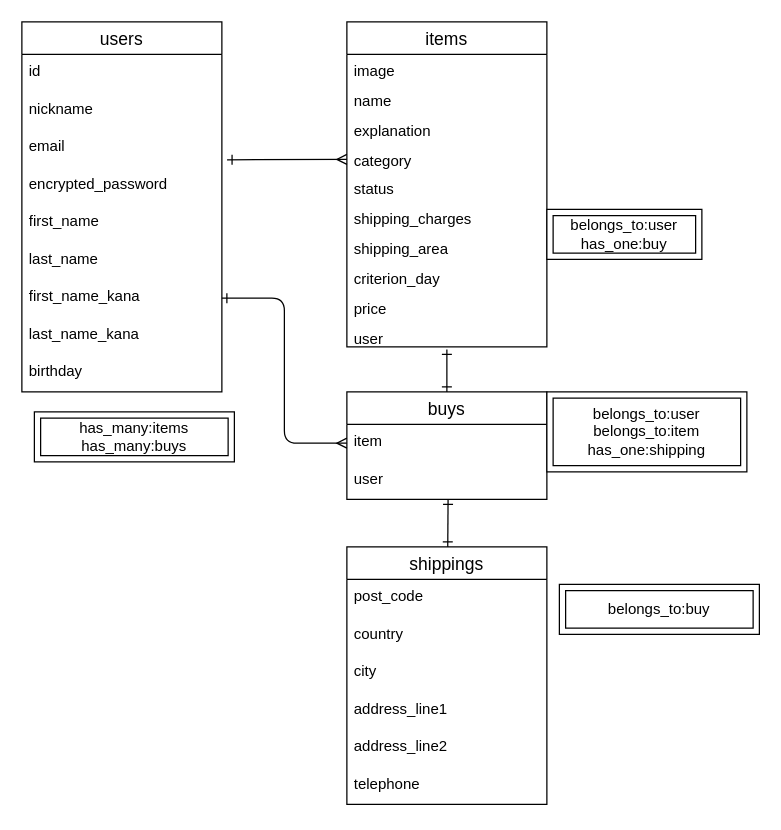
Above: config/ER.dio in katsuki0330/furima-36330 (draw.io), before the change. Source tidied: cells renumbered, new cells numbered last; positions are measured from the earlier drawing's top-left corner, leaving out a move shared by most shapes. Both pictures are drawn from the tidied source at 125%, with x=0, y=0 at pixel (21, 21).
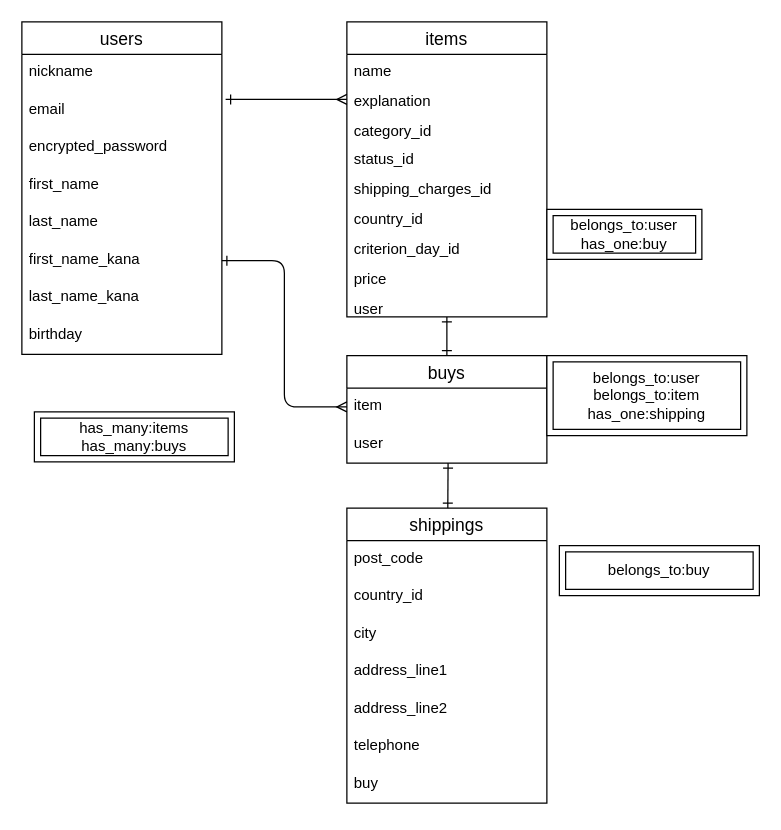
The same diagram, later.

Commit message (it also covers changes not shown here):
レビュー修正vol2_追加６点修正

What changed in the source:
```diff
@@
     <mxCell id="2" value="users" style="swimlane;fontStyle=0;horizontal=1;startSize=26;align=center;fontSize=14;" parent="1" vertex="1">
-      <mxGeometry width="160" height="296" as="geometry" />
+      <mxGeometry width="160" height="266" as="geometry" />
     </mxCell>
-    <mxCell id="3" value="id" style="text;strokeColor=none;fillColor=none;spacingLeft=4;spacingRight=4;overflow=hidden;fontSize=12;" parent="2" vertex="1">
-      <mxGeometry y="26" width="160" height="30" as="geometry" />
-    </mxCell>
     <mxCell id="4" value="nickname" style="text;strokeColor=none;fillColor=none;spacingLeft=4;spacingRight=4;overflow=hidden;fontSize=12;" parent="2" vertex="1">
-      <mxGeometry y="56" width="160" height="30" as="geometry" />
+      <mxGeometry y="26" width="160" height="30" as="geometry" />
     </mxCell>
     <mxCell id="5" value="email" style="text;strokeColor=none;fillColor=none;spacingLeft=4;spacingRight=4;overflow=hidden;points=[[0,0.5],[1,0.5]];portConstraint=eastwest;fontSize=12;" parent="2" vertex="1">
-      <mxGeometry y="86" width="160" height="30" as="geometry" />
+      <mxGeometry y="56" width="160" height="30" as="geometry" />
     </mxCell>
     <mxCell id="6" value="encrypted_password" style="text;strokeColor=none;fillColor=none;spacingLeft=4;spacingRight=4;overflow=hidden;fontSize=12;" parent="2" vertex="1">
-      <mxGeometry y="116" width="160" height="30" as="geometry" />
+      <mxGeometry y="86" width="160" height="30" as="geometry" />
     </mxCell>
     <mxCell id="7" value="first_name" style="text;strokeColor=none;fillColor=none;spacingLeft=4;spacingRight=4;overflow=hidden;fontSize=12;" parent="2" vertex="1">
-      <mxGeometry y="146" width="160" height="30" as="geometry" />
+      <mxGeometry y="116" width="160" height="30" as="geometry" />
     </mxCell>
     <mxCell id="8" value="last_name" style="text;strokeColor=none;fillColor=none;spacingLeft=4;spacingRight=4;overflow=hidden;fontSize=12;" parent="2" vertex="1">
-      <mxGeometry y="176" width="160" height="30" as="geometry" />
+      <mxGeometry y="146" width="160" height="30" as="geometry" />
     </mxCell>
     <mxCell id="9" value="first_name_kana" style="text;strokeColor=none;fillColor=none;spacingLeft=4;spacingRight=4;overflow=hidden;points=[[0,0.5],[1,0.5]];portConstraint=eastwest;fontSize=12;" parent="2" vertex="1">
-      <mxGeometry y="206" width="160" height="30" as="geometry" />
+      <mxGeometry y="176" width="160" height="30" as="geometry" />
     </mxCell>
     <mxCell id="10" value="last_name_kana" style="text;strokeColor=none;fillColor=none;spacingLeft=4;spacingRight=4;overflow=hidden;fontSize=12;" parent="2" vertex="1">
-      <mxGeometry y="236" width="160" height="30" as="geometry" />
+      <mxGeometry y="206" width="160" height="30" as="geometry" />
     </mxCell>
     <mxCell id="11" value="birthday" style="text;strokeColor=none;fillColor=none;spacingLeft=4;spacingRight=4;overflow=hidden;fontSize=12;" parent="2" vertex="1">
-      <mxGeometry y="266" width="160" height="30" as="geometry" />
+      <mxGeometry y="236" width="160" height="30" as="geometry" />
     </mxCell>
     <mxCell id="12" value="items" style="swimlane;fontStyle=0;horizontal=1;startSize=26;align=center;fontSize=14;" parent="1" vertex="1">
-      <mxGeometry x="260" width="160" height="260" as="geometry" />
+      <mxGeometry x="260" width="160" height="236" as="geometry" />
     </mxCell>
-    <mxCell id="13" value="image" style="text;strokeColor=none;fillColor=none;spacingLeft=4;spacingRight=4;overflow=hidden;fontSize=12;" parent="12" vertex="1">
-      <mxGeometry y="26" width="160" height="24" as="geometry" />
-    </mxCell>
     <mxCell id="14" value="name" style="text;strokeColor=none;fillColor=none;spacingLeft=4;spacingRight=4;overflow=hidden;fontSize=12;" parent="12" vertex="1">
-      <mxGeometry y="50" width="160" height="24" as="geometry" />
+      <mxGeometry y="26" width="160" height="24" as="geometry" />
     </mxCell>
     <mxCell id="15" value="explanation" style="text;strokeColor=none;fillColor=none;spacingLeft=4;spacingRight=4;overflow=hidden;points=[[0,0.5],[1,0.5]];portConstraint=eastwest;fontSize=12;" parent="12" vertex="1">
-      <mxGeometry y="74" width="160" height="24" as="geometry" />
+      <mxGeometry y="50" width="160" height="24" as="geometry" />
     </mxCell>
-    <mxCell id="16" value="category" style="text;strokeColor=none;fillColor=none;spacingLeft=4;spacingRight=4;overflow=hidden;fontSize=12;" parent="12" vertex="1">
-      <mxGeometry y="98" width="160" height="22" as="geometry" />
+    <mxCell id="16" value="category_id" style="text;strokeColor=none;fillColor=none;spacingLeft=4;spacingRight=4;overflow=hidden;fontSize=12;" parent="12" vertex="1">
+      <mxGeometry y="74" width="160" height="22" as="geometry" />
     </mxCell>
-    <mxCell id="17" value="status" style="text;strokeColor=none;fillColor=none;spacingLeft=4;spacingRight=4;overflow=hidden;fontSize=12;" parent="12" vertex="1">
-      <mxGeometry y="120" width="160" height="24" as="geometry" />
+    <mxCell id="17" value="status_id" style="text;strokeColor=none;fillColor=none;spacingLeft=4;spacingRight=4;overflow=hidden;fontSize=12;" parent="12" vertex="1">
+      <mxGeometry y="96" width="160" height="24" as="geometry" />
     </mxCell>
-    <mxCell id="18" value="shipping_charges" style="text;strokeColor=none;fillColor=none;spacingLeft=4;spacingRight=4;overflow=hidden;fontSize=12;" parent="12" vertex="1">
-      <mxGeometry y="144" width="160" height="24" as="geometry" />
+    <mxCell id="18" value="shipping_charges_id" style="text;strokeColor=none;fillColor=none;spacingLeft=4;spacingRight=4;overflow=hidden;fontSize=12;" parent="12" vertex="1">
+      <mxGeometry y="120" width="160" height="24" as="geometry" />
     </mxCell>
-    <mxCell id="19" value="shipping_area" style="text;strokeColor=none;fillColor=none;spacingLeft=4;spacingRight=4;overflow=hidden;fontSize=12;" parent="12" vertex="1">
-      <mxGeometry y="168" width="160" height="24" as="geometry" />
+    <mxCell id="19" value="country_id" style="text;strokeColor=none;fillColor=none;spacingLeft=4;spacingRight=4;overflow=hidden;fontSize=12;" parent="12" vertex="1">
+      <mxGeometry y="144" width="160" height="24" as="geometry" />
     </mxCell>
-    <mxCell id="20" value="criterion_day" style="text;strokeColor=none;fillColor=none;spacingLeft=4;spacingRight=4;overflow=hidden;fontSize=12;" parent="12" vertex="1">
-      <mxGeometry y="192" width="160" height="24" as="geometry" />
+    <mxCell id="20" value="criterion_day_id" style="text;strokeColor=none;fillColor=none;spacingLeft=4;spacingRight=4;overflow=hidden;fontSize=12;" parent="12" vertex="1">
+      <mxGeometry y="168" width="160" height="24" as="geometry" />
     </mxCell>
     <mxCell id="21" value="price" style="text;strokeColor=none;fillColor=none;spacingLeft=4;spacingRight=4;overflow=hidden;fontSize=12;" parent="12" vertex="1">
-      <mxGeometry y="216" width="160" height="24" as="geometry" />
+      <mxGeometry y="192" width="160" height="24" as="geometry" />
     </mxCell>
     <mxCell id="22" value="user" style="text;strokeColor=none;fillColor=none;spacingLeft=4;spacingRight=4;overflow=hidden;fontSize=12;" parent="12" vertex="1">
-      <mxGeometry y="240" width="160" height="20" as="geometry" />
+      <mxGeometry y="216" width="160" height="20" as="geometry" />
     </mxCell>
     <mxCell id="23" value="shippings" style="swimlane;fontStyle=0;horizontal=1;startSize=26;align=center;fontSize=14;" parent="1" vertex="1">
-      <mxGeometry x="260" y="420" width="160" height="206" as="geometry" />
+      <mxGeometry x="260" y="389" width="160" height="236" as="geometry" />
     </mxCell>
@@
-    <mxCell id="25" value="country" style="text;strokeColor=none;fillColor=none;spacingLeft=4;spacingRight=4;overflow=hidden;fontSize=12;" parent="23" vertex="1">
+    <mxCell id="25" value="country_id" style="text;strokeColor=none;fillColor=none;spacingLeft=4;spacingRight=4;overflow=hidden;fontSize=12;" parent="23" vertex="1">
       <mxGeometry y="56" width="160" height="30" as="geometry" />
     </mxCell>
@@
+    <mxCell id="41" value="buy" style="text;strokeColor=none;fillColor=none;spacingLeft=4;spacingRight=4;overflow=hidden;fontSize=12;" parent="23" vertex="1">
+      <mxGeometry y="206" width="160" height="30" as="geometry" />
+    </mxCell>
@@
     <mxCell id="31" value="belongs_to:buy" style="shape=ext;margin=3;double=1;whiteSpace=wrap;html=1;align=center;" parent="1" vertex="1">
-      <mxGeometry x="430" y="450" width="160" height="40" as="geometry" />
+      <mxGeometry x="430" y="419" width="160" height="40" as="geometry" />
     </mxCell>
-    <mxCell id="32" style="edgeStyle=orthogonalEdgeStyle;fontSize=12;html=1;endArrow=ERone;startArrow=ERone;elbow=vertical;startFill=0;endFill=0;exitX=0.5;exitY=0;exitDx=0;exitDy=0;" parent="1" edge="1" source="36">
+    <mxCell id="32" style="fontSize=12;html=1;endArrow=ERone;startArrow=ERone;elbow=vertical;startFill=0;endFill=0;exitX=0.5;exitY=0;exitDx=0;exitDy=0;" parent="1" edge="1" source="36">
       <mxGeometry relative="1" as="geometry">
-        <mxPoint x="340" y="262" as="targetPoint" />
+        <mxPoint x="340" y="236" as="targetPoint" />
       </mxGeometry>
     </mxCell>
@@
-    <mxCell id="35" style="html=1;exitX=1.026;exitY=0.812;exitDx=0;exitDy=0;startArrow=ERone;startFill=0;endArrow=ERmany;endFill=0;exitPerimeter=0;" parent="1" edge="1" source="5">
+    <mxCell id="35" style="html=1;startArrow=ERone;startFill=0;endArrow=ERmany;endFill=0;entryX=0;entryY=0.5;entryDx=0;entryDy=0;" parent="1" edge="1" target="15">
       <mxGeometry relative="1" as="geometry">
-        <mxPoint x="260" y="110" as="targetPoint" />
+        <mxPoint x="163" y="62" as="sourcePoint" />
       </mxGeometry>
     </mxCell>
     <mxCell id="36" value="buys" style="swimlane;fontStyle=0;horizontal=1;startSize=26;align=center;fontSize=14;" parent="1" vertex="1">
-      <mxGeometry x="260" y="296" width="160" height="86" as="geometry" />
+      <mxGeometry x="260" y="267" width="160" height="86" as="geometry" />
     </mxCell>
@@
     <mxCell id="39" value="belongs_to:user&lt;br&gt;belongs_to:item&lt;br&gt;has_one:shipping" style="shape=ext;margin=3;double=1;whiteSpace=wrap;html=1;align=center;" parent="1" vertex="1">
-      <mxGeometry x="420" y="296" width="160" height="64" as="geometry" />
+      <mxGeometry x="420" y="267" width="160" height="64" as="geometry" />
     </mxCell>
```
